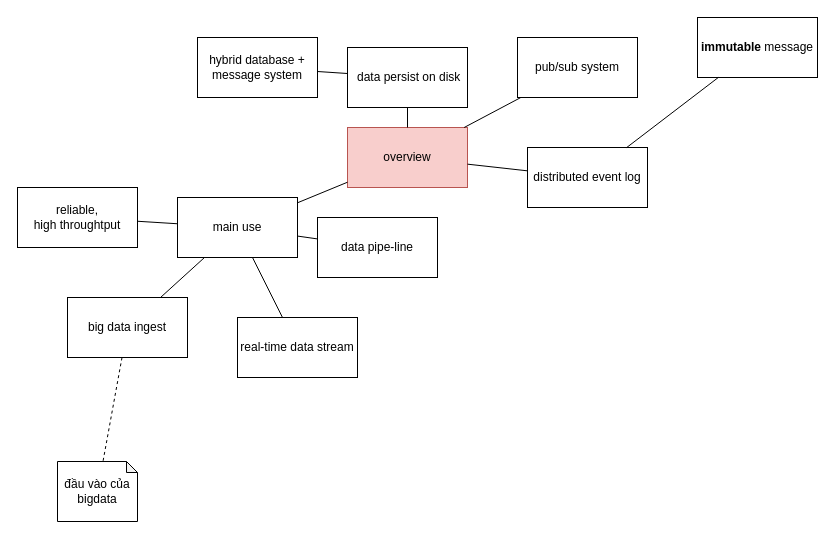
Above: page "overview" (1 of 2) of kafka/kafka.drawio in tuana9a/docs (draw.io), before the change. Source tidied: cells renumbered, new cells numbered last; positions are measured from the earlier drawing's top-left corner, leaving out a move shared by most shapes. Both pictures are drawn from the tidied source at 100%, with x=0, y=0 at pixel (17, 17).
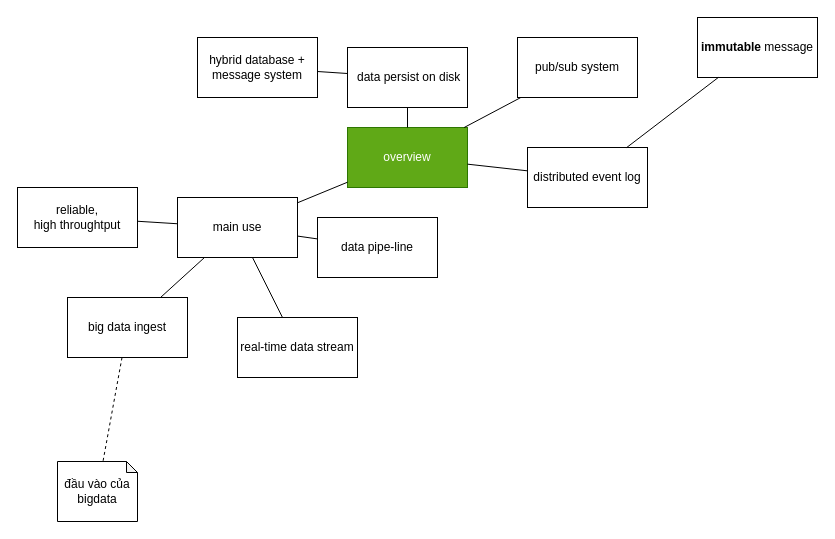
The same page after the edit.

What changed in the source:
```diff
@@
-    <mxCell id="2" value="overview" style="whiteSpace=wrap;html=1;fillColor=#f8cecc;strokeColor=#b85450;" parent="1" vertex="1">
+    <mxCell id="2" value="overview" style="whiteSpace=wrap;html=1;fillColor=#60a917;strokeColor=#2D7600;fontColor=#ffffff;" parent="1" vertex="1">
       <mxGeometry x="330" y="110" width="120" height="60" as="geometry" />
     </mxCell>
```
